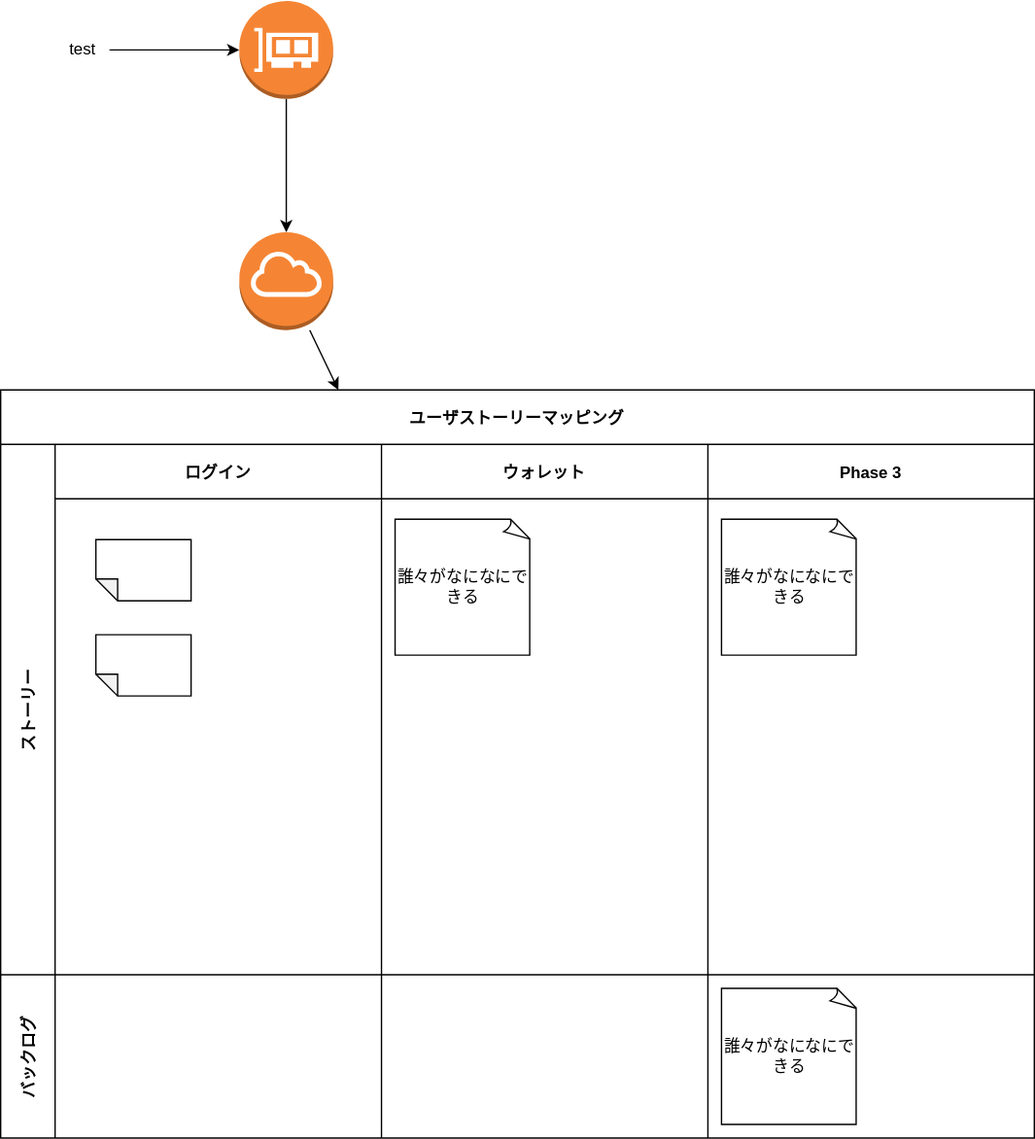
nsgwr/t3 keeps this draw.io diagram as samples.drawio.svg. Above is the earlier version. Source tidied: cells renumbered, new cells last; positions are measured from the earlier drawing's top-left corner, leaving out a move shared by most shapes.
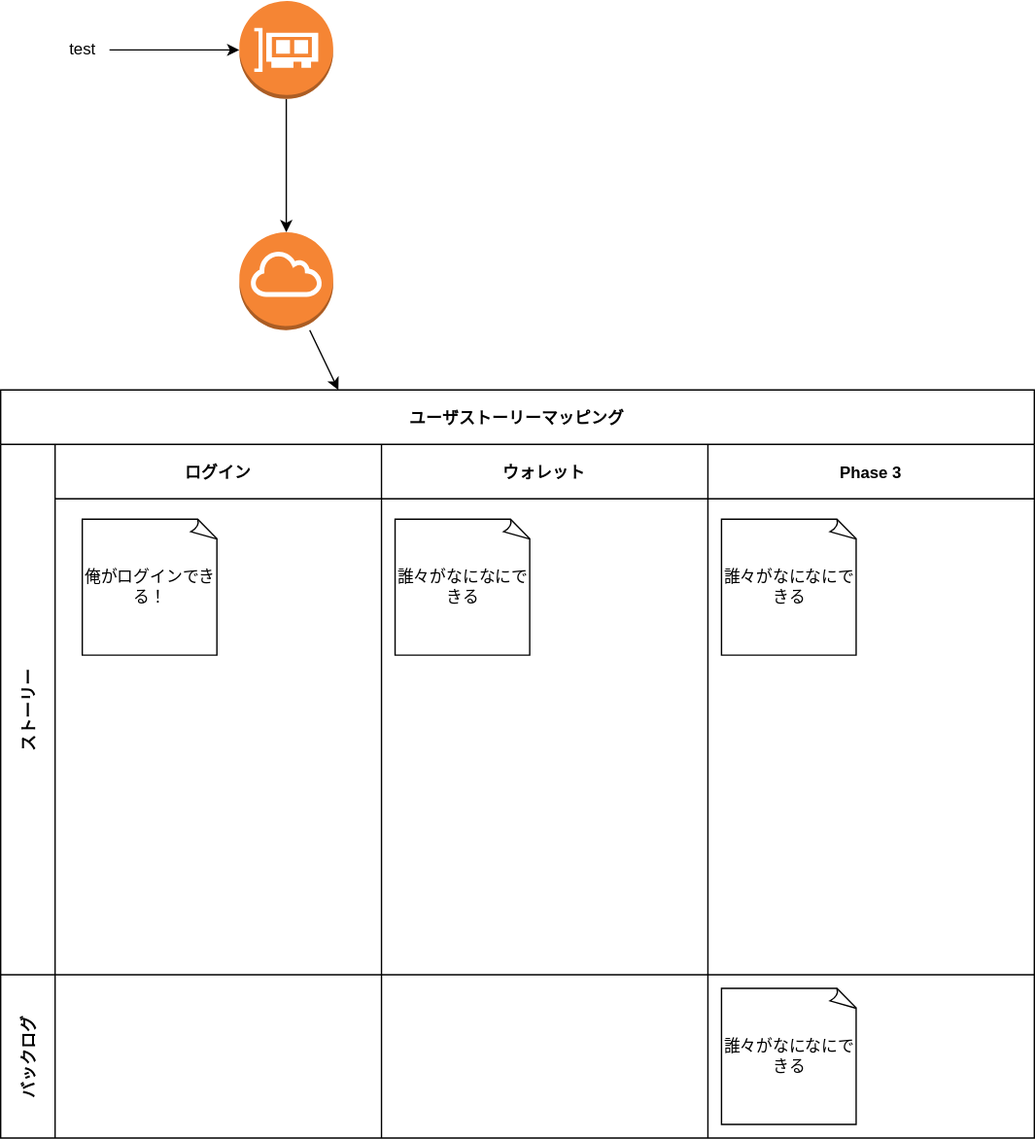
Above is the later version.

Commit message:
samples.drawio.svg を更新します

The edit, as a diff of the source:
```diff
@@ -29,12 +29,9 @@
     <mxCell id="10" value="ログイン" style="swimlane;swimlaneHead=0;swimlaneBody=0;fontStyle=0;fillColor=none;startSize=40;fontStyle=1;" parent="9" vertex="1">
       <mxGeometry x="40" width="240" height="390" as="geometry" />
     </mxCell>
-    <mxCell id="11" style="shape=note;whiteSpace=wrap;html=1;backgroundOutline=1;darkOpacity=0.05;size=16;rotation=-180;" parent="10" vertex="1">
-      <mxGeometry x="30" y="70" width="70" height="45" as="geometry" />
-    </mxCell>
-    <mxCell id="12" style="shape=note;whiteSpace=wrap;html=1;backgroundOutline=1;darkOpacity=0.05;size=16;rotation=-180;" parent="10" vertex="1">
-      <mxGeometry x="30" y="140" width="70" height="45" as="geometry" />
-    </mxCell>
+    <mxCell id="22" value="俺がログインできる！" style="whiteSpace=wrap;html=1;shape=mxgraph.basic.document;" parent="10" vertex="1">
+      <mxGeometry x="20" y="55" width="100" height="100" as="geometry" />
+    </mxCell>
     <mxCell id="13" value="ウォレット" style="swimlane;swimlaneHead=0;swimlaneBody=0;fontStyle=0;fillColor=none;startSize=40;fontStyle=1;" parent="9" vertex="1">
       <mxGeometry x="280" width="240" height="390" as="geometry" />
     </mxCell>
```
